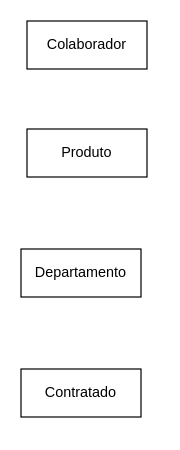
This is Ativos de produção.drawio from danielpiupiu/Projetos, a draw.io file, before an edit. Source tidied: cells renumbered, new cells numbered last; positions are measured from the earlier drawing's top-left corner, leaving out a move shared by most shapes. Both pictures are drawn from the tidied source at 120%, with x=0, y=0 at pixel (20, 20).
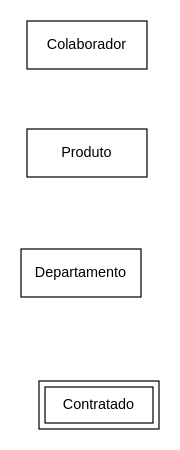
After the change.

The edit, as a diff of the source:
```diff
@@
 <mxGraphModel>
   <root>
     <mxCell id="0" />
     <mxCell id="1" parent="0" />
     <mxCell id="2" value="Colaborador" style="whiteSpace=wrap;html=1;align=center;" parent="1" vertex="1">
       <mxGeometry x="5" width="100" height="40" as="geometry" />
     </mxCell>
     <mxCell id="3" value="Produto" style="whiteSpace=wrap;html=1;align=center;" parent="1" vertex="1">
       <mxGeometry x="5" y="90" width="100" height="40" as="geometry" />
     </mxCell>
     <mxCell id="4" value="Departamento" style="whiteSpace=wrap;html=1;align=center;" parent="1" vertex="1">
       <mxGeometry y="190" width="100" height="40" as="geometry" />
     </mxCell>
-    <mxCell id="5" value="Contratado" style="whiteSpace=wrap;html=1;align=center;" parent="1" vertex="1">
-      <mxGeometry y="290" width="100" height="40" as="geometry" />
+    <mxCell id="5" value="Contratado" style="shape=ext;margin=3;double=1;whiteSpace=wrap;html=1;align=center;" parent="1" vertex="1">
+      <mxGeometry x="15" y="300" width="100" height="40" as="geometry" />
     </mxCell>
   </root>
 </mxGraphModel>
```
